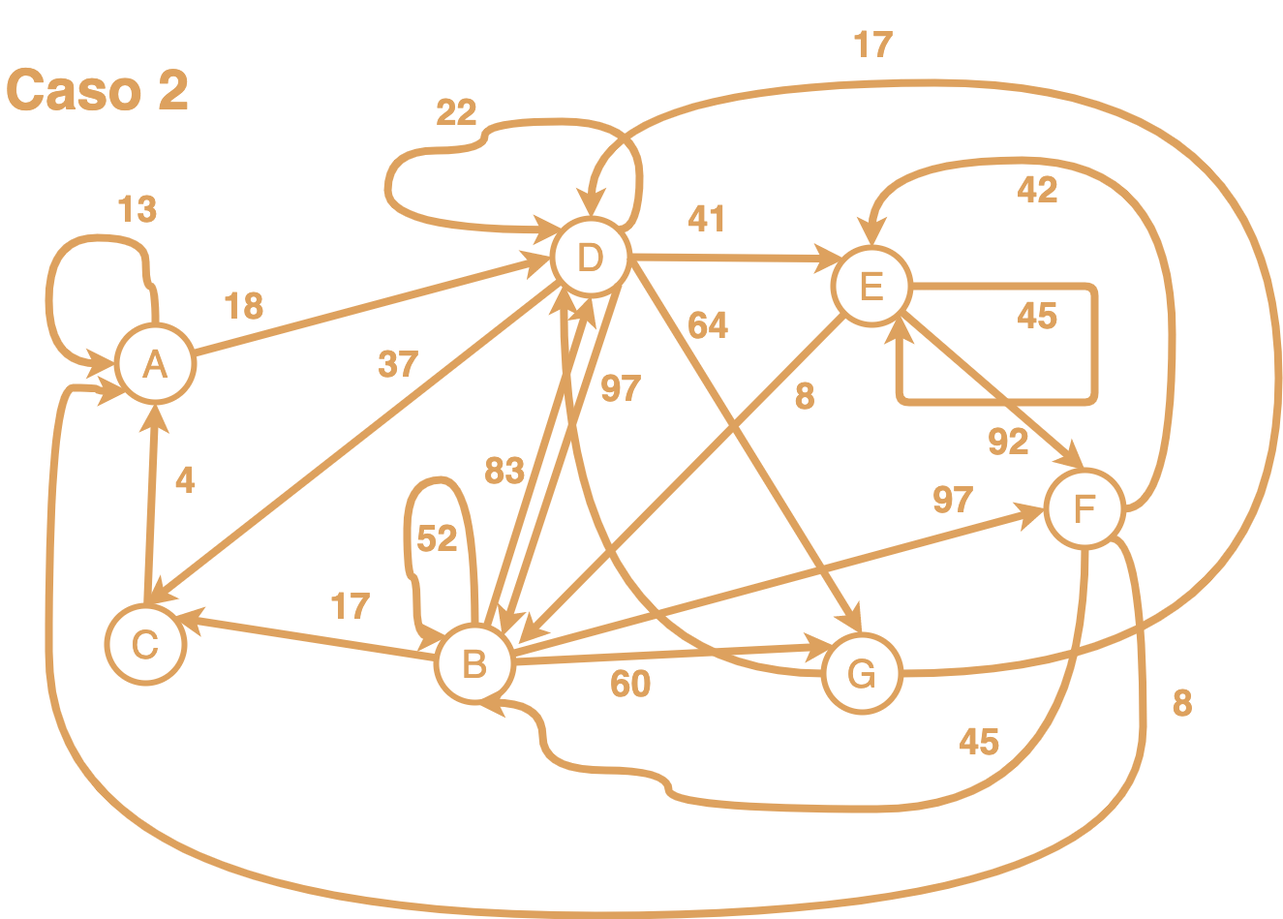
The draw.io diagram src/img/caso2.png in MarioML-CR/grafo-dinamico, before a commit. Source tidied: cells renumbered, new cells last; positions are measured from the earlier drawing's top-left corner, leaving out a move shared by most shapes.
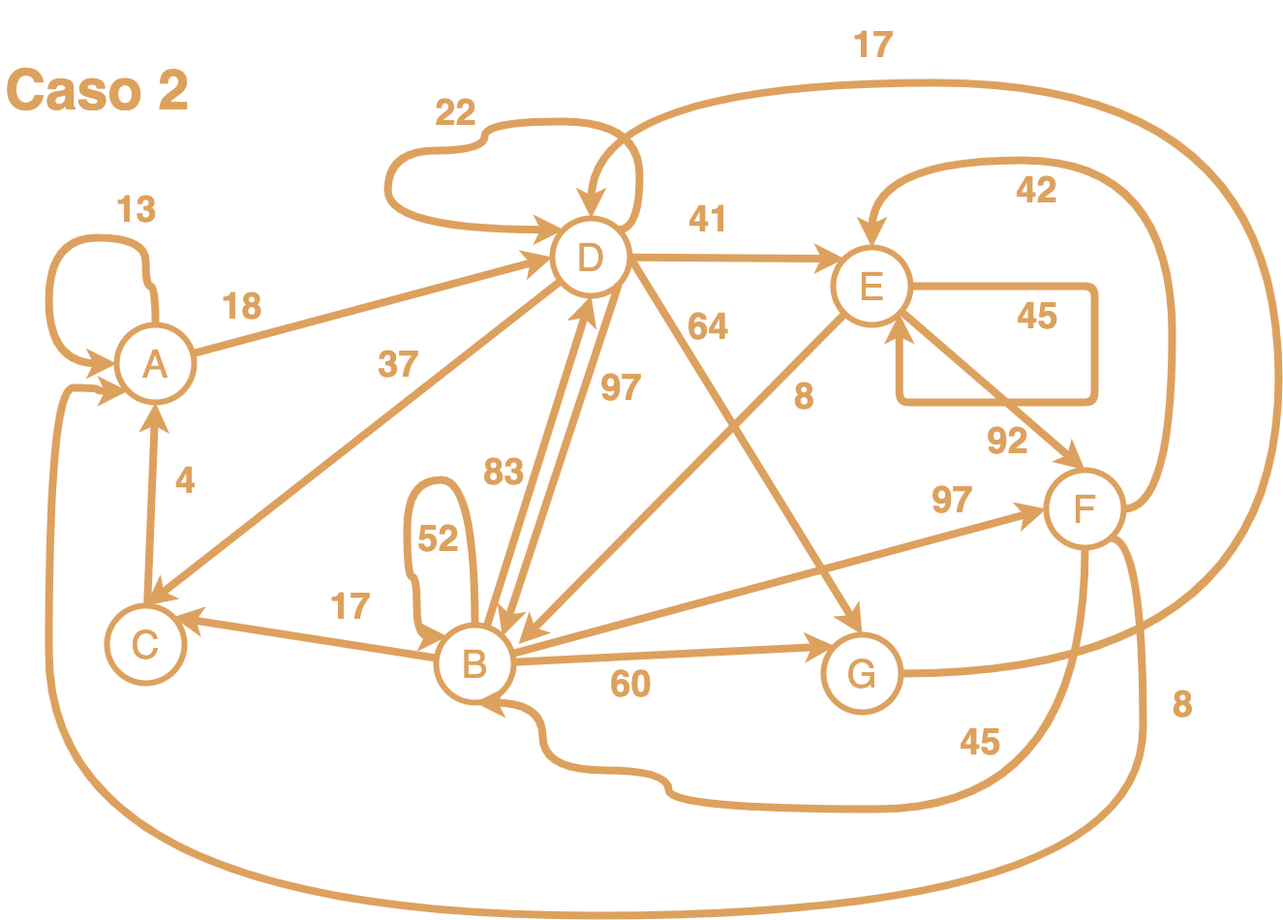
After the change.

Diff of the diagram source:
```diff
@@ -179,9 +179,6 @@
         <mxPoint x="5" y="-44" as="offset" />
       </mxGeometry>
     </mxCell>
-    <mxCell id="41" style="edgeStyle=orthogonalEdgeStyle;curved=1;rounded=1;sketch=0;jettySize=auto;html=1;entryX=0;entryY=1;entryDx=0;entryDy=0;labelBackgroundColor=none;strokeColor=#DDA15E;strokeWidth=8;fillColor=#BC6C25;fontSize=38;fontColor=#DDA15E;" parent="1" edge="1" source="42" target="14">
-      <mxGeometry relative="1" as="geometry" />
-    </mxCell>
     <mxCell id="42" value="&lt;font color=&quot;#dda15e&quot; style=&quot;font-size: 40px&quot;&gt;G&lt;/font&gt;" style="ellipse;whiteSpace=wrap;html=1;fillColor=none;fontSize=38;strokeColor=#DDA15E;fontColor=#FEFAE0;strokeWidth=6;" parent="1" vertex="1">
       <mxGeometry x="850" y="640" width="80" height="80" as="geometry" />
     </mxCell>
```
